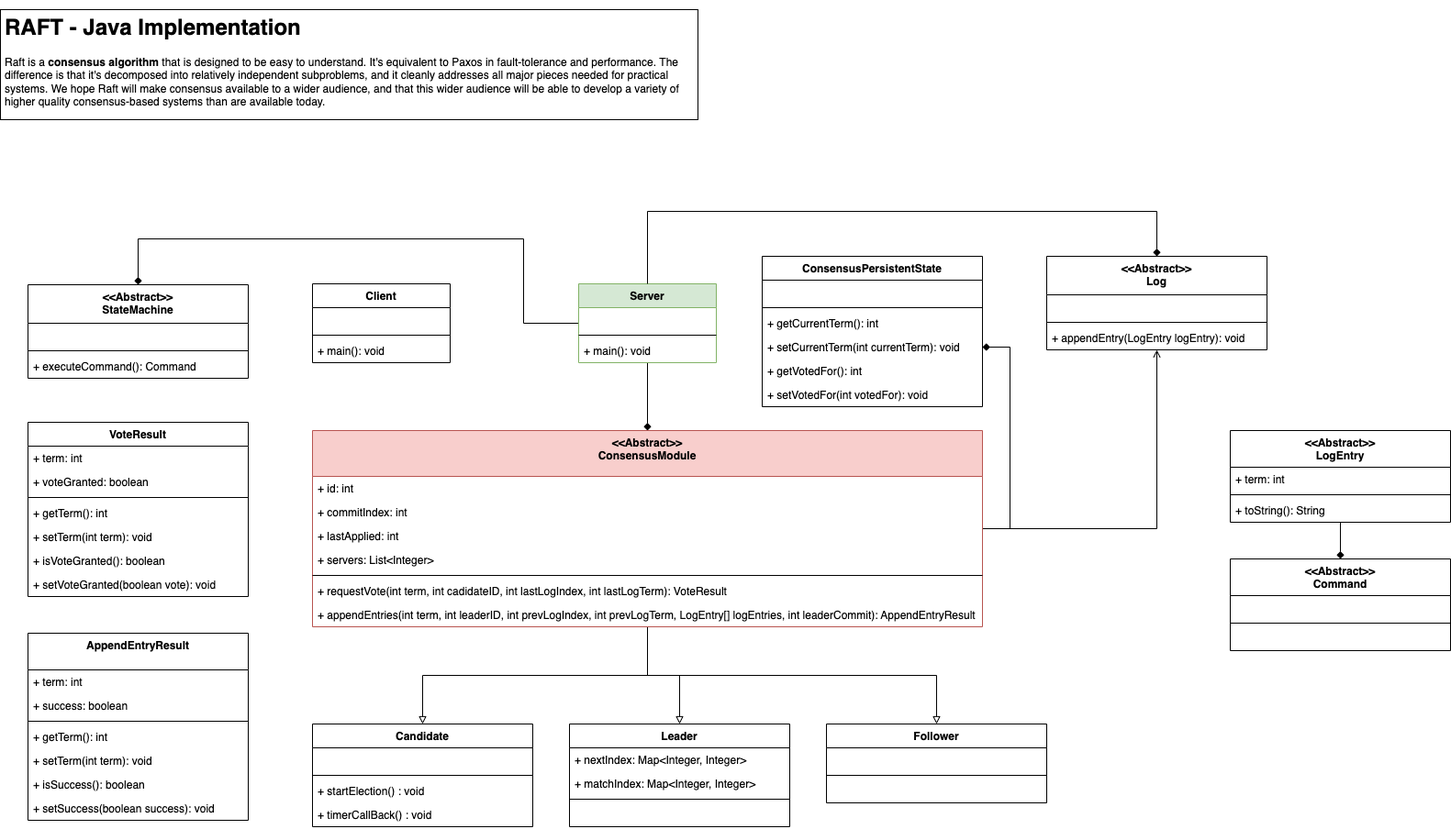
Earlier version of the draw.io export imgs/UML.png (GiovanniBaccichet/RAFT). Source tidied: cells renumbered, new cells last; positions are measured from the earlier drawing's top-left corner, leaving out a move shared by most shapes.
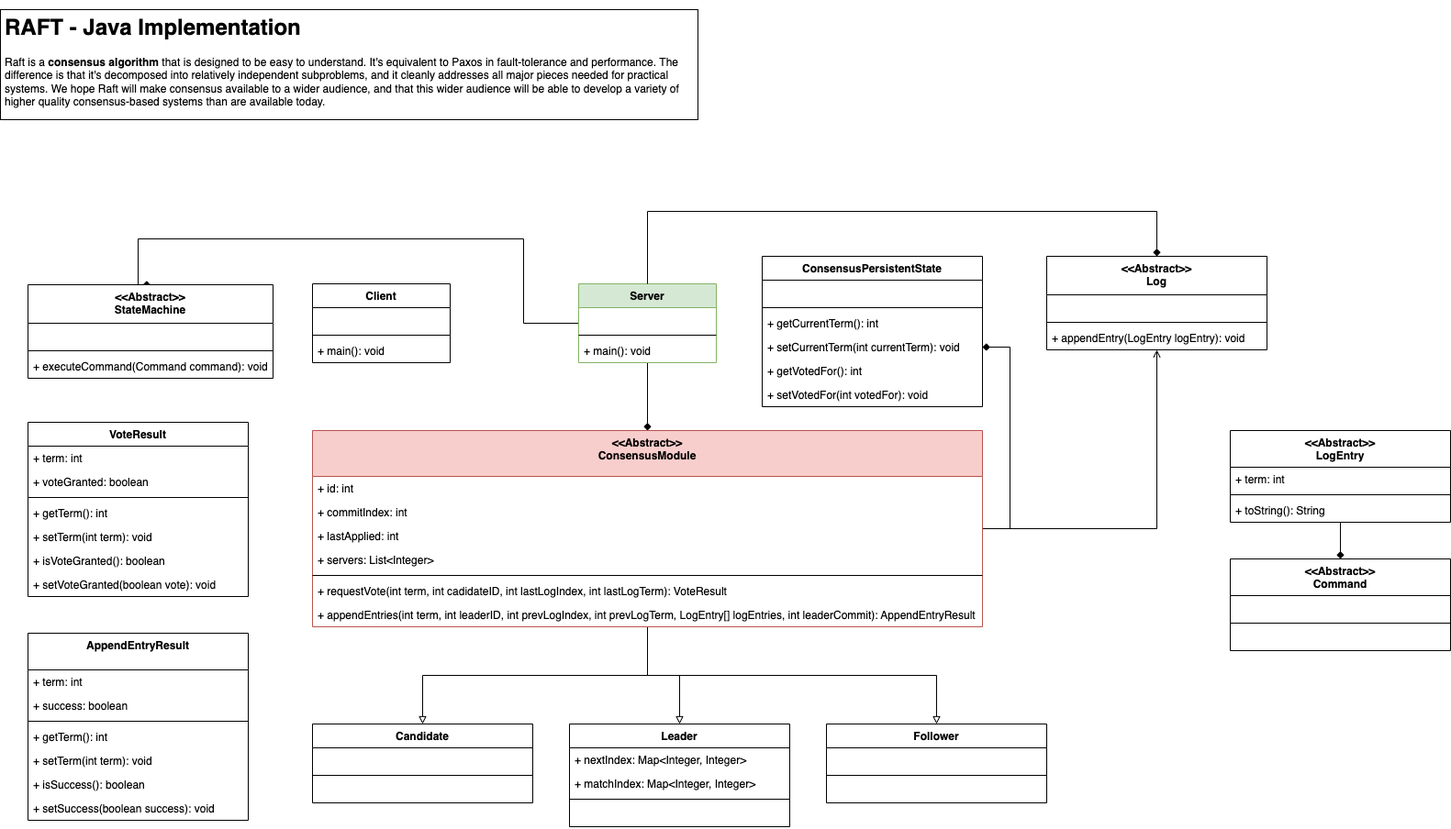
The same file after the commit.

Commit message:
Final skeleton + updated UML diagram

The edit, as a diff of the source:
```diff
@@ -3,7 +3,7 @@
     <mxCell id="0" />
     <mxCell id="1" parent="0" />
     <mxCell id="2" value="Candidate" style="swimlane;fontStyle=1;align=center;verticalAlign=top;horizontal=1;startSize=26;" parent="1" vertex="1">
-      <mxGeometry x="340" y="779" width="240" height="112" as="geometry" />
+      <mxGeometry x="340" y="779" width="240" height="86" as="geometry" />
     </mxCell>
     <mxCell id="3" value="  " style="text;strokeColor=none;fillColor=none;align=left;verticalAlign=top;spacingLeft=4;spacingRight=4;overflow=hidden;" parent="2" vertex="1">
       <mxGeometry y="26" width="240" height="26" as="geometry" />
@@ -11,12 +11,9 @@
     <mxCell id="4" style="line;strokeWidth=1;fillColor=none;align=left;verticalAlign=middle;spacingTop=-1;spacingLeft=3;spacingRight=3;labelPosition=right;" parent="2" vertex="1">
       <mxGeometry y="52" width="240" height="8" as="geometry" />
     </mxCell>
-    <mxCell id="5" value="+ startElection() : void" style="text;strokeColor=none;fillColor=none;align=left;verticalAlign=top;spacingLeft=4;spacingRight=4;overflow=hidden;" parent="2" vertex="1">
+    <mxCell id="5" value=" " style="text;strokeColor=none;fillColor=none;align=left;verticalAlign=top;spacingLeft=4;spacingRight=4;overflow=hidden;" parent="2" vertex="1">
       <mxGeometry y="60" width="240" height="26" as="geometry" />
     </mxCell>
-    <mxCell id="6" value="+ timerCallBack() : void" style="text;strokeColor=none;fillColor=none;align=left;verticalAlign=top;spacingLeft=4;spacingRight=4;overflow=hidden;" parent="2" vertex="1">
-      <mxGeometry y="86" width="240" height="26" as="geometry" />
-    </mxCell>
     <mxCell id="7" style="edgeStyle=orthogonalEdgeStyle;rounded=0;jettySize=auto;html=1;entryX=0.5;entryY=0;entryDx=0;entryDy=0;fontFamily=Helvetica;fontSize=12;fontColor=#000000;startArrow=none;startFill=0;endArrow=diamond;endFill=1;" parent="1" edge="1" source="9" target="39">
       <mxGeometry relative="1" as="geometry" />
     </mxCell>
@@ -244,16 +241,16 @@
       <mxGeometry y="74" width="240" height="26" as="geometry" />
     </mxCell>
     <mxCell id="77" value="&lt;&lt;Abstract&gt;&gt;&#10;StateMachine" style="swimlane;fontStyle=1;align=center;verticalAlign=top;horizontal=1;startSize=42;labelBackgroundColor=none;fontFamily=Helvetica;fontSize=12;fontColor=#000000;strokeColor=default;" parent="1" vertex="1">
-      <mxGeometry x="30" y="300" width="240" height="102" as="geometry" />
+      <mxGeometry x="30" y="300" width="267" height="102" as="geometry" />
     </mxCell>
     <mxCell id="78" value=" " style="text;strokeColor=none;fillColor=none;align=left;verticalAlign=top;spacingLeft=4;spacingRight=4;overflow=hidden;labelBackgroundColor=none;fontFamily=Helvetica;fontSize=12;fontColor=#000000;" parent="77" vertex="1">
-      <mxGeometry y="42" width="240" height="26" as="geometry" />
+      <mxGeometry y="42" width="267" height="26" as="geometry" />
     </mxCell>
     <mxCell id="79" style="line;strokeWidth=1;fillColor=none;align=left;verticalAlign=middle;spacingTop=-1;spacingLeft=3;spacingRight=3;labelPosition=right;labelBackgroundColor=none;fontFamily=Helvetica;fontSize=12;fontColor=#000000;" parent="77" vertex="1">
-      <mxGeometry y="68" width="240" height="8" as="geometry" />
+      <mxGeometry y="68" width="267" height="8" as="geometry" />
     </mxCell>
-    <mxCell id="80" value="+ executeCommand(): Command" style="text;strokeColor=none;fillColor=none;align=left;verticalAlign=top;spacingLeft=4;spacingRight=4;overflow=hidden;labelBackgroundColor=none;fontFamily=Helvetica;fontSize=12;fontColor=#000000;" parent="77" vertex="1">
-      <mxGeometry y="76" width="240" height="26" as="geometry" />
+    <mxCell id="80" value="+ executeCommand(Command command): void" style="text;strokeColor=none;fillColor=none;align=left;verticalAlign=top;spacingLeft=4;spacingRight=4;overflow=hidden;labelBackgroundColor=none;fontFamily=Helvetica;fontSize=12;fontColor=#000000;" parent="77" vertex="1">
+      <mxGeometry y="76" width="267" height="26" as="geometry" />
     </mxCell>
   </root>
 </mxGraphModel>
```
